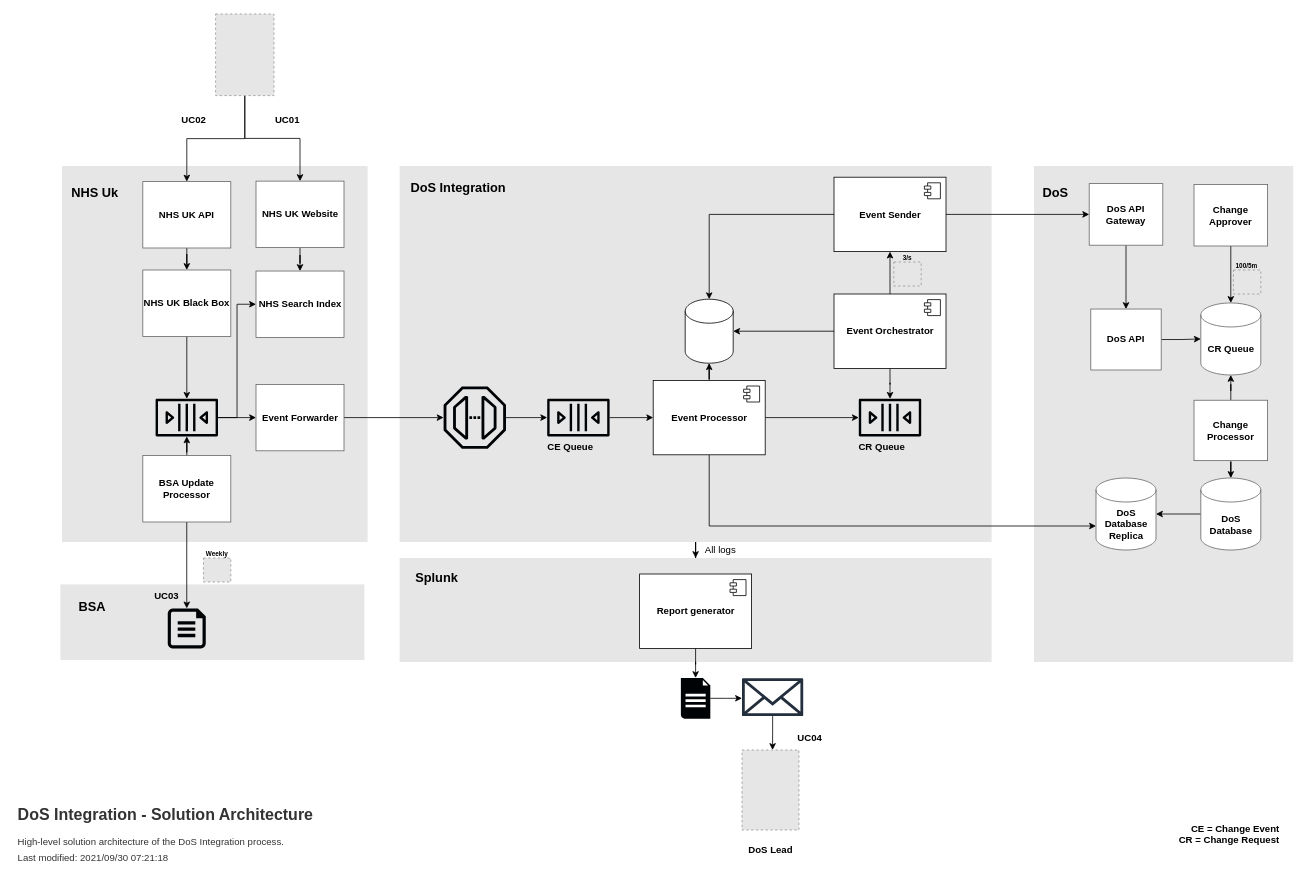
nhsd-exeter/dos-integration keeps this draw.io diagram as page "Solution Architecture" (2 of 6) of documentation/diagrams/DoS Integration.drawio. Above is the earlier version. Source tidied: cells renumbered, new cells numbered last; positions are measured from the earlier drawing's top-left corner, leaving out a move shared by most shapes. Both pictures are drawn from the tidied source at 80%, with x=0, y=0 at pixel (14, 14). Pictures stored in the file or linked from it are replaced by grey dashed boxes.
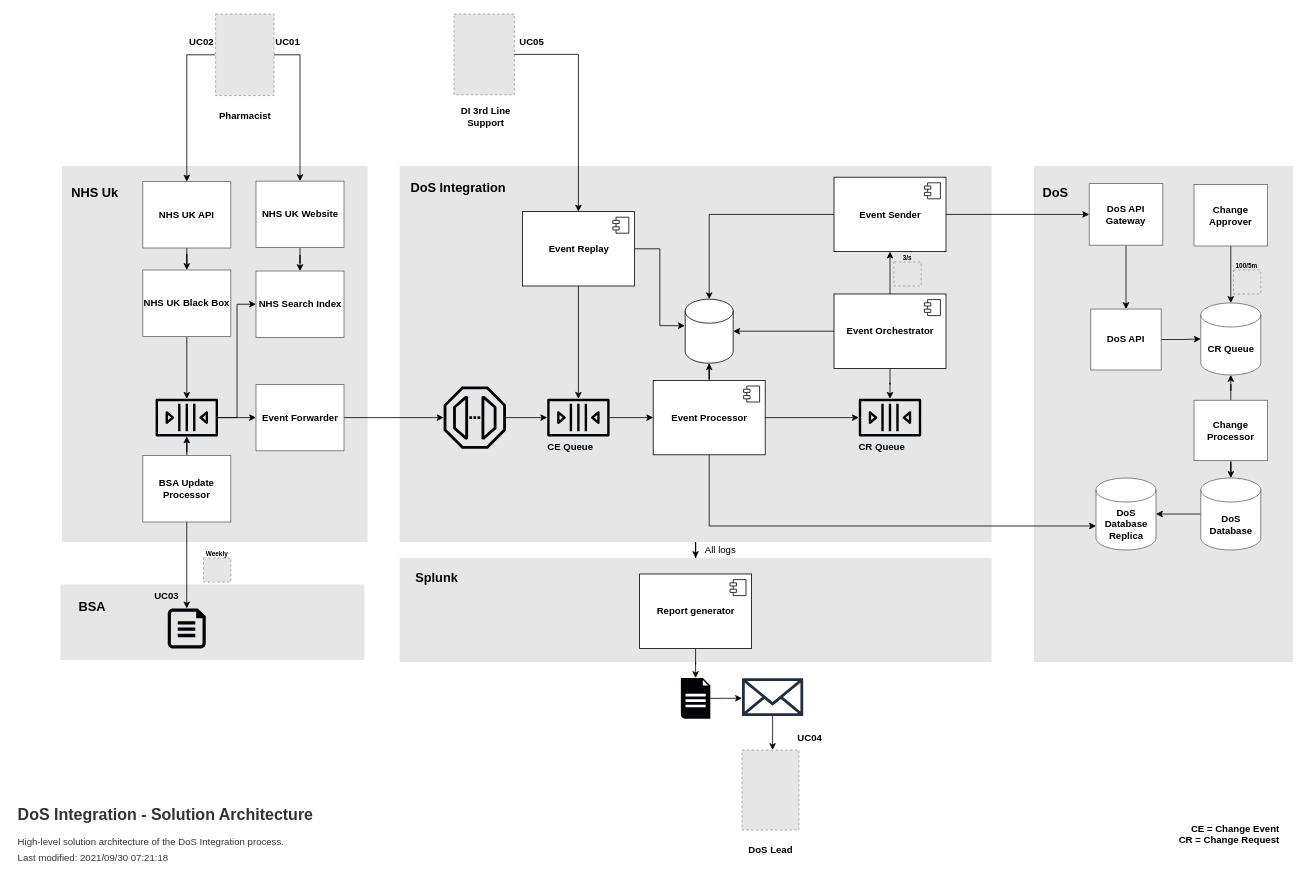
After the change.

Commit message (it also covers changes not shown here):
Add Event Replay feature in

Unchanged cells that the change refers to:
```xml
<mxCell id="18" value="NHS UK Website" style="rounded=0;whiteSpace=wrap;html=1;fillColor=#FFFFFF;strokeColor=#666666;labelBackgroundColor=none;fontStyle=1;" parent="1" vertex="1">
  <mxGeometry x="302.5" y="208.9" width="110" height="83" as="geometry" />
</mxCell>
<mxCell id="20" value="NHS UK API" style="rounded=0;whiteSpace=wrap;html=1;fillColor=#FFFFFF;strokeColor=#666666;labelBackgroundColor=none;fontStyle=1;" parent="1" vertex="1">
  <mxGeometry x="161" y="209.5" width="110" height="83" as="geometry" />
</mxCell>
<mxCell id="23" style="fillColor=#E6E6E6;strokeColor=#999999;dashed=1;verticalLabelPosition=bottom;labelBackgroundColor=#ffffff;verticalAlign=top;html=1;" parent="1" vertex="1">
  <mxGeometry x="252" width="73" height="102" as="geometry" />
</mxCell>
<mxCell id="52" style="shape=cylinder3;whiteSpace=wrap;html=1;boundedLbl=1;backgroundOutline=1;size=15;fillColor=#FFFFFF;" parent="1" vertex="1">
  <mxGeometry x="839" y="356.5" width="60" height="80" as="geometry" />
</mxCell>
<mxCell id="54" style="sketch=0;outlineConnect=0;fontColor=#232F3E;gradientColor=none;fillColor=#000305;strokeColor=none;dashed=0;verticalLabelPosition=bottom;verticalAlign=top;align=center;html=1;fontSize=12;fontStyle=0;shape=mxgraph.aws4.queue;" parent="1" vertex="1">
  <mxGeometry x="666.5" y="481" width="78" height="47" as="geometry" />
</mxCell>
```

Change to the diagram source:
```diff
@@
-    <mxCell id="21" style="edgeStyle=orthogonalEdgeStyle;rounded=0;jettySize=auto;html=1;entryX=0.5;entryY=0;entryDx=0;entryDy=0;startArrow=none;startFill=0;endArrow=classic;endFill=1;exitX=0.5;exitY=1;exitDx=0;exitDy=0;" parent="1" edge="1" source="23" target="18">
+    <mxCell id="21" style="edgeStyle=orthogonalEdgeStyle;rounded=0;jettySize=auto;html=1;entryX=0.5;entryY=0;entryDx=0;entryDy=0;startArrow=none;startFill=0;endArrow=classic;endFill=1;exitX=1;exitY=0.5;exitDx=0;exitDy=0;" parent="1" edge="1" source="23" target="18">
       <mxGeometry relative="1" as="geometry" />
     </mxCell>
-    <mxCell id="22" style="edgeStyle=orthogonalEdgeStyle;rounded=0;jettySize=auto;html=1;entryX=0.5;entryY=0;entryDx=0;entryDy=0;startArrow=none;startFill=0;endArrow=classic;endFill=1;" parent="1" edge="1" source="23" target="20">
+    <mxCell id="22" style="edgeStyle=orthogonalEdgeStyle;rounded=0;jettySize=auto;html=1;entryX=0.5;entryY=0;entryDx=0;entryDy=0;startArrow=none;startFill=0;endArrow=classic;endFill=1;exitX=0;exitY=0.5;exitDx=0;exitDy=0;" parent="1" edge="1" source="23" target="20">
       <mxGeometry relative="1" as="geometry" />
     </mxCell>
@@
-    <mxCell id="64" value="UC02" style="text;html=1;strokeColor=none;fillColor=none;align=center;verticalAlign=middle;whiteSpace=wrap;rounded=0;fontStyle=1;" parent="1" vertex="1">
-      <mxGeometry x="194.5" y="118" width="60" height="30" as="geometry" />
+    <mxCell id="64" value="UC02" style="text;html=1;strokeColor=none;fillColor=none;align=right;verticalAlign=middle;whiteSpace=wrap;rounded=0;fontStyle=1;" parent="1" vertex="1">
+      <mxGeometry x="192" y="20" width="60" height="30" as="geometry" />
     </mxCell>
-    <mxCell id="65" value="UC01" style="text;html=1;strokeColor=none;fillColor=none;align=center;verticalAlign=middle;whiteSpace=wrap;rounded=0;fontStyle=1;" parent="1" vertex="1">
-      <mxGeometry x="312" y="118" width="60" height="30" as="geometry" />
+    <mxCell id="65" value="UC01" style="text;html=1;strokeColor=none;fillColor=none;align=left;verticalAlign=middle;whiteSpace=wrap;rounded=0;fontStyle=1;" parent="1" vertex="1">
+      <mxGeometry x="325" y="20" width="60" height="30" as="geometry" />
     </mxCell>
@@
+    <mxCell id="93" style="edgeStyle=orthogonalEdgeStyle;rounded=0;jettySize=auto;html=1;fontColor=#AF084D;startArrow=none;startFill=0;endArrow=classic;endFill=1;fillColor=#C7C7C7;" parent="1" edge="1" source="95" target="54">
+      <mxGeometry relative="1" as="geometry" />
+    </mxCell>
+    <mxCell id="94" style="edgeStyle=orthogonalEdgeStyle;rounded=0;jettySize=auto;html=1;entryX=-0.007;entryY=0.414;entryDx=0;entryDy=0;entryPerimeter=0;fontColor=#AF084D;startArrow=none;startFill=0;endArrow=classic;endFill=1;fillColor=#C7C7C7;" parent="1" edge="1" source="95" target="52">
+      <mxGeometry relative="1" as="geometry" />
+    </mxCell>
+    <mxCell id="95" value="Event Replay" style="html=1;fillColor=#FFFFFF;fontStyle=1;" parent="1" vertex="1">
+      <mxGeometry x="635.5" y="247" width="140" height="93" as="geometry" />
+    </mxCell>
+    <mxCell id="96" style="shape=module;jettyWidth=8;jettyHeight=4;fillColor=#FFFFFF;" parent="95" vertex="1">
+      <mxGeometry x="1" width="20" height="20" relative="1" as="geometry">
+        <mxPoint x="-27" y="7" as="offset" />
+      </mxGeometry>
+    </mxCell>
+    <mxCell id="97" style="group;" parent="1" vertex="1">
+      <mxGeometry x="550" width="80" height="142.5" as="geometry" />
+    </mxCell>
+    <mxCell id="98" style="fillColor=#E6E6E6;strokeColor=#999999;dashed=1;" parent="97" vertex="1">
+      <mxGeometry width="75.5" height="101" as="geometry" />
+    </mxCell>
+    <mxCell id="99" value="DI 3rd Line Support" style="text;html=1;strokeColor=none;fillColor=none;align=center;verticalAlign=middle;whiteSpace=wrap;rounded=0;fontStyle=1;" parent="97" vertex="1">
+      <mxGeometry y="112.5" width="80" height="30" as="geometry" />
+    </mxCell>
+    <mxCell id="100" style="edgeStyle=orthogonalEdgeStyle;rounded=0;jettySize=auto;html=1;fontColor=#AF084D;startArrow=none;startFill=0;endArrow=classic;endFill=1;fillColor=#C7C7C7;" parent="1" edge="1" source="98" target="95">
+      <mxGeometry relative="1" as="geometry" />
+    </mxCell>
+    <mxCell id="101" value="Pharmacist" style="text;html=1;strokeColor=none;fillColor=none;align=center;verticalAlign=middle;whiteSpace=wrap;rounded=0;fontStyle=1;" parent="1" vertex="1">
+      <mxGeometry x="248.5" y="112.5" width="80" height="30" as="geometry" />
+    </mxCell>
+    <mxCell id="102" value="UC05" style="text;html=1;strokeColor=none;fillColor=none;align=left;verticalAlign=middle;whiteSpace=wrap;rounded=0;fontStyle=1;" parent="1" vertex="1">
+      <mxGeometry x="630" y="20" width="60" height="30" as="geometry" />
+    </mxCell>
```
